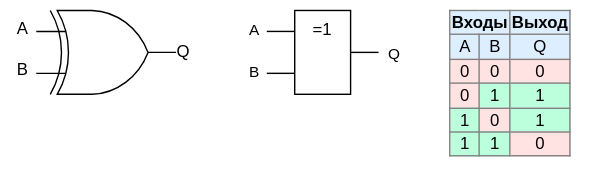
Earlier version of the draw.io export .pic/Introduction/How FPGA works/fig_03.drawio.svg (MPSU/APS). Source tidied: cells renumbered, new cells last; positions are measured from the earlier drawing's top-left corner, leaving out a move shared by most shapes.
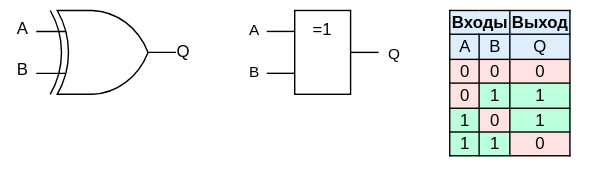
Above is the later version.

Change to the diagram source:
```diff
@@ -47,7 +47,7 @@
     <mxCell id="12" value="=1" style="rounded=0;whiteSpace=wrap;html=1;horizontal=1;verticalAlign=top;" parent="1" vertex="1">
       <mxGeometry x="210" y="7" width="40" height="60" as="geometry" />
     </mxCell>
-    <mxCell id="13" value="&lt;table border=&quot;1&quot; class=&quot;wikitable&quot; style=&quot;float: right; text-align: center; border: 1px solid rgb(128, 128, 128); border-collapse: collapse;&quot;&gt;&lt;tbody&gt;&lt;tr style=&quot;background:#def;&quot;&gt;&lt;td colspan=&quot;2&quot; style=&quot;border: 1px solid rgb(128, 128, 128);&quot;&gt;&lt;b&gt;Входы&lt;/b&gt;&lt;/td&gt;&lt;td style=&quot;border: 1px solid rgb(128, 128, 128);&quot;&gt;&lt;b&gt;Выход&lt;/b&gt;&lt;br&gt;&lt;/td&gt;&lt;/tr&gt;&lt;tr style=&quot;background:#def;&quot;&gt;&lt;td style=&quot;border: 1px solid rgb(128, 128, 128);&quot;&gt;A&lt;/td&gt;&lt;td style=&quot;border: 1px solid rgb(128, 128, 128);&quot;&gt;B&lt;/td&gt;&lt;td style=&quot;border: 1px solid rgb(128, 128, 128);&quot;&gt;Q&lt;br&gt;&lt;/td&gt;&lt;/tr&gt;&lt;tr&gt;&lt;td style=&quot;background: #FFE3E3; color: black; vertical-align: middle; text-align: center; border: 1px solid rgb(128, 128, 128);&quot; class=&quot;table-no2&quot;&gt;0&lt;/td&gt;&lt;td style=&quot;background: #FFE3E3; color: black; vertical-align: middle; text-align: center; border: 1px solid rgb(128, 128, 128);&quot; class=&quot;table-no2&quot;&gt;0&lt;/td&gt;&lt;td style=&quot;background: #FFE3E3; color: black; vertical-align: middle; text-align: center; border: 1px solid rgb(128, 128, 128);&quot; class=&quot;table-no2&quot;&gt;0&lt;br&gt;&lt;/td&gt;&lt;/tr&gt;&lt;tr&gt;&lt;td style=&quot;background: #FFE3E3; color: black; vertical-align: middle; text-align: center; border: 1px solid rgb(128, 128, 128);&quot; class=&quot;table-no2&quot;&gt;0&lt;/td&gt;&lt;td style=&quot;background:#bfd; color:black; vertical-align:middle; text-align:center; border: 1px solid rgb(128, 128, 128);&quot; class=&quot;table-yes2&quot;&gt;1&lt;/td&gt;&lt;td border=&quot;1&quot; style=&quot;background: rgb(187, 255, 221); color: black; vertical-align: middle; text-align: center; border-collapse: collapse; border: 1px solid rgb(128, 128, 128);&quot; class=&quot;table-no2&quot;&gt;&lt;span style=&quot;&quot;&gt;1&lt;/span&gt;&lt;br&gt;&lt;/td&gt;&lt;/tr&gt;&lt;tr&gt;&lt;td style=&quot;background:#bfd; color:black; vertical-align:middle; text-align:center; border: 1px solid rgb(128, 128, 128);&quot; class=&quot;table-yes2&quot;&gt;1&lt;/td&gt;&lt;td style=&quot;background: #FFE3E3; color: black; vertical-align: middle; text-align: center; border: 1px solid rgb(128, 128, 128);&quot; class=&quot;table-no2&quot;&gt;0&lt;/td&gt;&lt;td style=&quot;background: rgb(187, 255, 221); color: black; vertical-align: middle; text-align: center; border: 1px solid rgb(128, 128, 128);&quot; class=&quot;table-no2&quot;&gt;1&lt;br&gt;&lt;/td&gt;&lt;/tr&gt;&lt;tr&gt;&lt;td style=&quot;background:#bfd; color:black; vertical-align:middle; text-align:center; border: 1px solid rgb(128, 128, 128);&quot; class=&quot;table-yes2&quot;&gt;1&lt;/td&gt;&lt;td style=&quot;background:#bfd; color:black; vertical-align:middle; text-align:center; border: 1px solid rgb(128, 128, 128);&quot; class=&quot;table-yes2&quot;&gt;1&lt;/td&gt;&lt;td style=&quot;background: rgb(255, 227, 227); color: black; vertical-align: middle; text-align: center; border: 1px solid rgb(128, 128, 128);&quot; class=&quot;table-yes2&quot;&gt;0&lt;br&gt;&lt;/td&gt;&lt;/tr&gt;&lt;/tbody&gt;&lt;/table&gt;" style="text;whiteSpace=wrap;html=1;strokeColor=none;" parent="1" vertex="1">
+    <mxCell id="13" value="&lt;table border=&quot;1&quot; class=&quot;wikitable&quot; style=&quot;float: right; text-align: center; border: 1px solid rgb(0, 0, 0); border-collapse: collapse;&quot;&gt;&lt;tbody&gt;&lt;tr style=&quot;background:#def;&quot;&gt;&lt;td colspan=&quot;2&quot; style=&quot;border: 1px solid rgb(0, 0, 0);&quot;&gt;&lt;b&gt;Входы&lt;/b&gt;&lt;/td&gt;&lt;td style=&quot;border: 1px solid rgb(0, 0, 0);&quot;&gt;&lt;b&gt;Выход&lt;/b&gt;&lt;br&gt;&lt;/td&gt;&lt;/tr&gt;&lt;tr style=&quot;background:#def;&quot;&gt;&lt;td style=&quot;border: 1px solid rgb(0, 0, 0);&quot;&gt;A&lt;/td&gt;&lt;td style=&quot;border: 1px solid rgb(0, 0, 0);&quot;&gt;B&lt;/td&gt;&lt;td style=&quot;border: 1px solid rgb(0, 0, 0);&quot;&gt;Q&lt;br&gt;&lt;/td&gt;&lt;/tr&gt;&lt;tr&gt;&lt;td style=&quot;background: #FFE3E3; color: black; vertical-align: middle; text-align: center; border: 1px solid rgb(0, 0, 0);&quot; class=&quot;table-no2&quot;&gt;0&lt;/td&gt;&lt;td style=&quot;background: #FFE3E3; color: black; vertical-align: middle; text-align: center; border: 1px solid rgb(0, 0, 0);&quot; class=&quot;table-no2&quot;&gt;0&lt;/td&gt;&lt;td style=&quot;background: #FFE3E3; color: black; vertical-align: middle; text-align: center; border: 1px solid rgb(0, 0, 0);&quot; class=&quot;table-no2&quot;&gt;0&lt;br&gt;&lt;/td&gt;&lt;/tr&gt;&lt;tr&gt;&lt;td style=&quot;background: #FFE3E3; color: black; vertical-align: middle; text-align: center; border: 1px solid rgb(0, 0, 0);&quot; class=&quot;table-no2&quot;&gt;0&lt;/td&gt;&lt;td style=&quot;background:#bfd; color:black; vertical-align:middle; text-align:center; border: 1px solid rgb(0, 0, 0);&quot; class=&quot;table-yes2&quot;&gt;1&lt;/td&gt;&lt;td border=&quot;1&quot; style=&quot;background: rgb(187, 255, 221); color: black; vertical-align: middle; text-align: center; border-collapse: collapse; border: 1px solid rgb(0, 0, 0);&quot; class=&quot;table-no2&quot;&gt;&lt;span style=&quot;&quot;&gt;1&lt;/span&gt;&lt;br&gt;&lt;/td&gt;&lt;/tr&gt;&lt;tr&gt;&lt;td style=&quot;background:#bfd; color:black; vertical-align:middle; text-align:center; border: 1px solid rgb(0, 0, 0);&quot; class=&quot;table-yes2&quot;&gt;1&lt;/td&gt;&lt;td style=&quot;background: #FFE3E3; color: black; vertical-align: middle; text-align: center; border: 1px solid rgb(0, 0, 0);&quot; class=&quot;table-no2&quot;&gt;0&lt;/td&gt;&lt;td style=&quot;background: rgb(187, 255, 221); color: black; vertical-align: middle; text-align: center; border: 1px solid rgb(0, 0, 0);&quot; class=&quot;table-no2&quot;&gt;1&lt;br&gt;&lt;/td&gt;&lt;/tr&gt;&lt;tr&gt;&lt;td style=&quot;background:#bfd; color:black; vertical-align:middle; text-align:center; border: 1px solid rgb(0, 0, 0);&quot; class=&quot;table-yes2&quot;&gt;1&lt;/td&gt;&lt;td style=&quot;background:#bfd; color:black; vertical-align:middle; text-align:center; border: 1px solid rgb(0, 0, 0);&quot; class=&quot;table-yes2&quot;&gt;1&lt;/td&gt;&lt;td style=&quot;background: rgb(255, 227, 227); color: black; vertical-align: middle; text-align: center; border: 1px solid rgb(0, 0, 0);&quot; class=&quot;table-yes2&quot;&gt;0&lt;br&gt;&lt;/td&gt;&lt;/tr&gt;&lt;/tbody&gt;&lt;/table&gt;" style="text;whiteSpace=wrap;html=1;strokeColor=none;" parent="1" vertex="1">
       <mxGeometry x="319" width="110" height="130" as="geometry" />
     </mxCell>
   </root>
```
